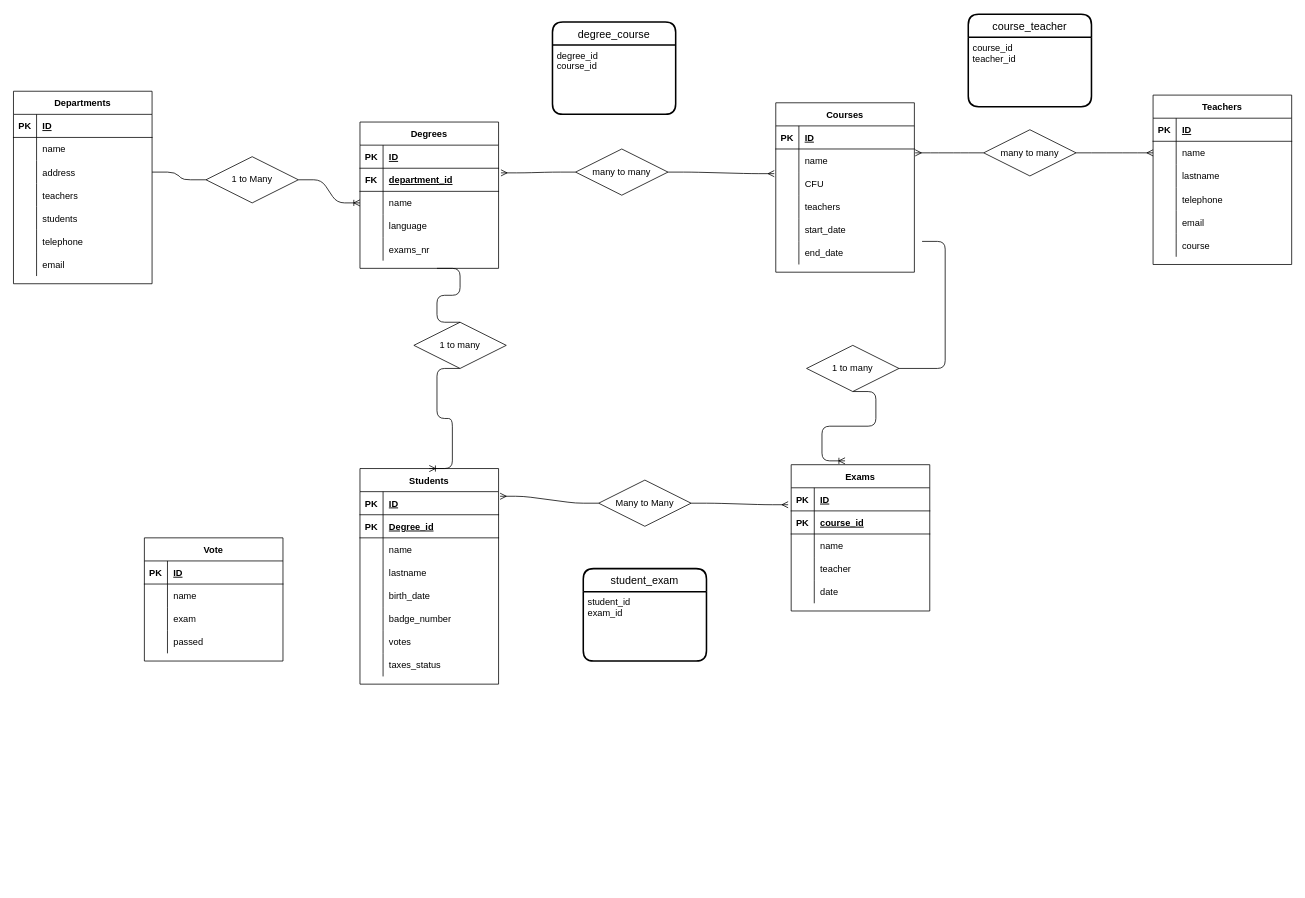
This is university.drawio from ariannagreco3393/db-university, a draw.io file, before an edit. Source tidied: cells renumbered, new cells numbered last; positions are measured from the earlier drawing's top-left corner, leaving out a move shared by most shapes. Both pictures are drawn from the tidied source at 77%, with x=0, y=0 at pixel (13, 14).
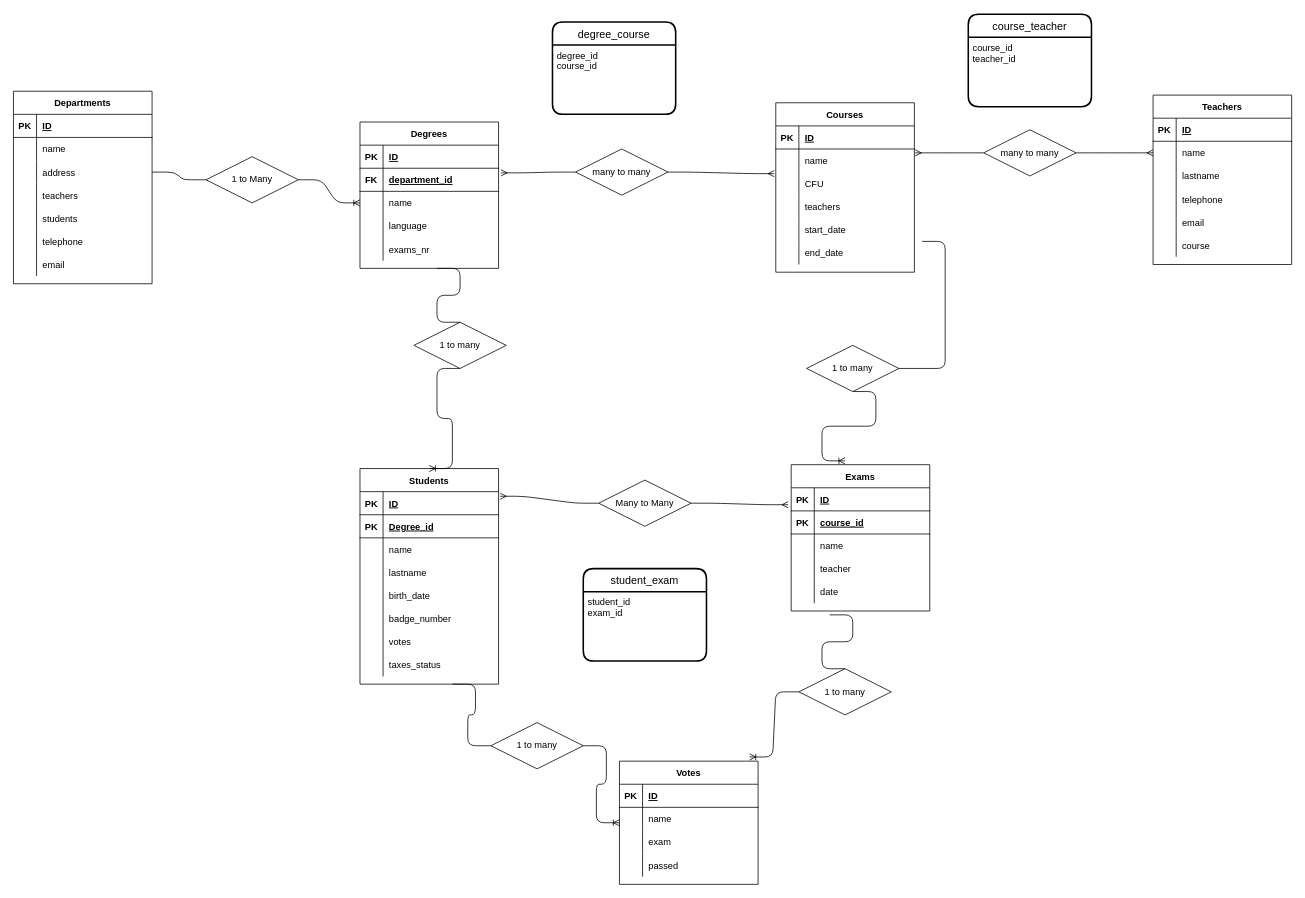
The same page after the edit.

The edit, as a diff of the source:
```diff
@@
-    <mxCell id="100" value="Vote" style="shape=table;startSize=30;childLayout=tableLayout;rowLines=0;fontStyle=1;align=center;" parent="1" vertex="1">
-      <mxGeometry x="170" y="680" width="180" height="160" as="geometry" />
+    <mxCell id="100" value="Votes" style="shape=table;startSize=30;childLayout=tableLayout;rowLines=0;fontStyle=1;align=center;" parent="1" vertex="1">
+      <mxGeometry x="787" y="970" width="180" height="160" as="geometry" />
     </mxCell>
@@
+    <mxCell id="156" style="edgeStyle=entityRelationEdgeStyle;fontSize=12;html=1;endArrow=ERoneToMany;entryX=0.939;entryY=-0.034;entryDx=0;entryDy=0;entryPerimeter=0;startArrow=none;" parent="1" edge="1" source="157" target="100">
+      <mxGeometry relative="1" as="geometry" />
+    </mxCell>
+    <mxCell id="157" value="1 to many" style="shape=rhombus;perimeter=rhombusPerimeter;whiteSpace=wrap;html=1;align=center;" parent="1" vertex="1">
+      <mxGeometry x="1020" y="850" width="120" height="60" as="geometry" />
+    </mxCell>
+    <mxCell id="158" style="edgeStyle=entityRelationEdgeStyle;fontSize=12;html=1;endArrow=none;entryX=0.5;entryY=0;entryDx=0;entryDy=0;" parent="1" edge="1" target="157">
+      <mxGeometry relative="1" as="geometry">
+        <mxPoint x="1060" y="780" as="sourcePoint" />
+      </mxGeometry>
+    </mxCell>
+    <mxCell id="159" style="edgeStyle=entityRelationEdgeStyle;fontSize=12;html=1;endArrow=ERoneToMany;startArrow=none;" parent="1" edge="1" source="160" target="100">
+      <mxGeometry relative="1" as="geometry" />
+    </mxCell>
+    <mxCell id="160" value="1 to many" style="shape=rhombus;perimeter=rhombusPerimeter;whiteSpace=wrap;html=1;align=center;" parent="1" vertex="1">
+      <mxGeometry x="620" y="920" width="120" height="60" as="geometry" />
+    </mxCell>
+    <mxCell id="161" style="edgeStyle=entityRelationEdgeStyle;fontSize=12;html=1;endArrow=none;" parent="1" edge="1" target="160">
+      <mxGeometry relative="1" as="geometry">
+        <mxPoint x="570" y="870" as="sourcePoint" />
+      </mxGeometry>
+    </mxCell>
```
